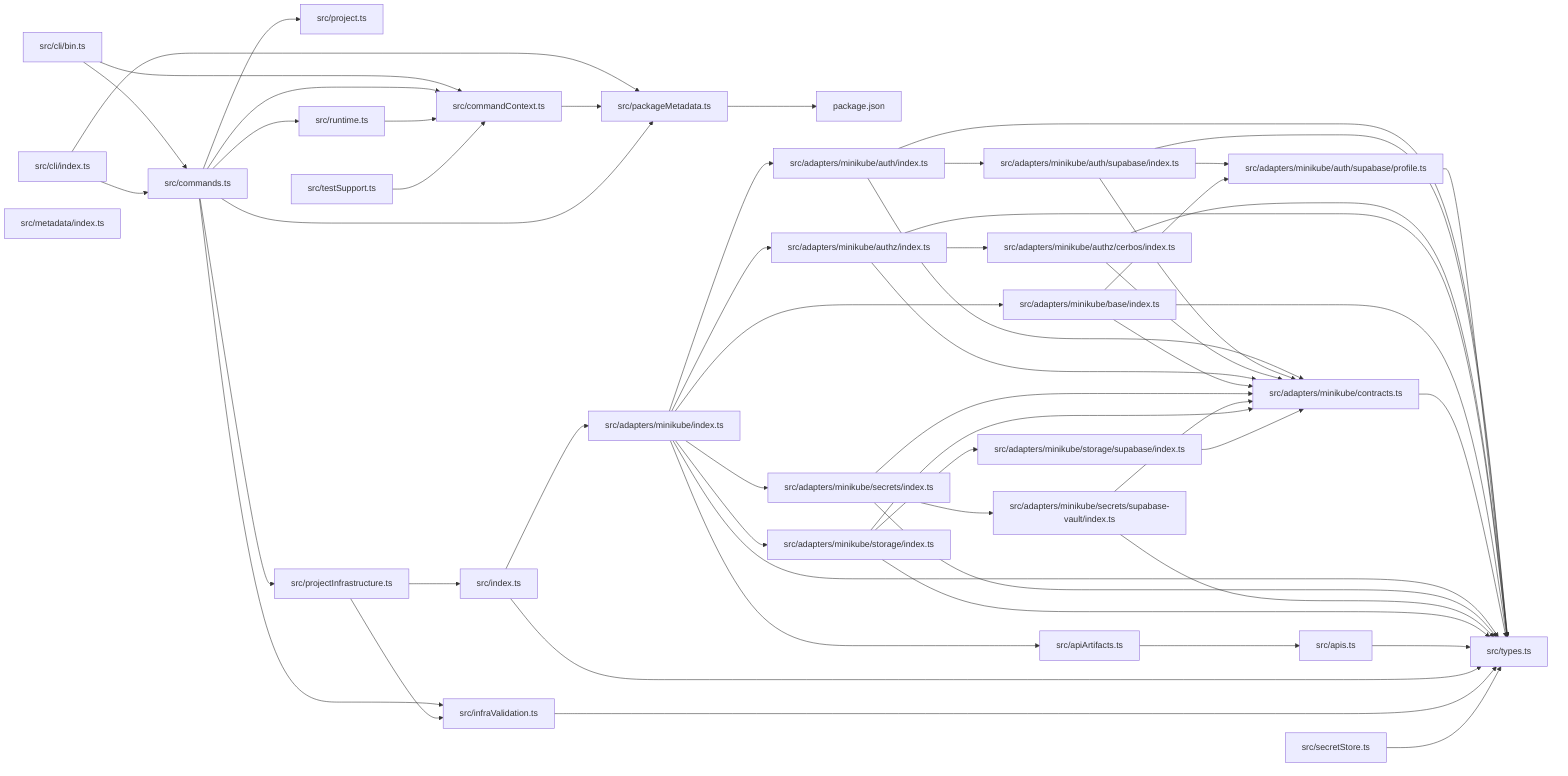
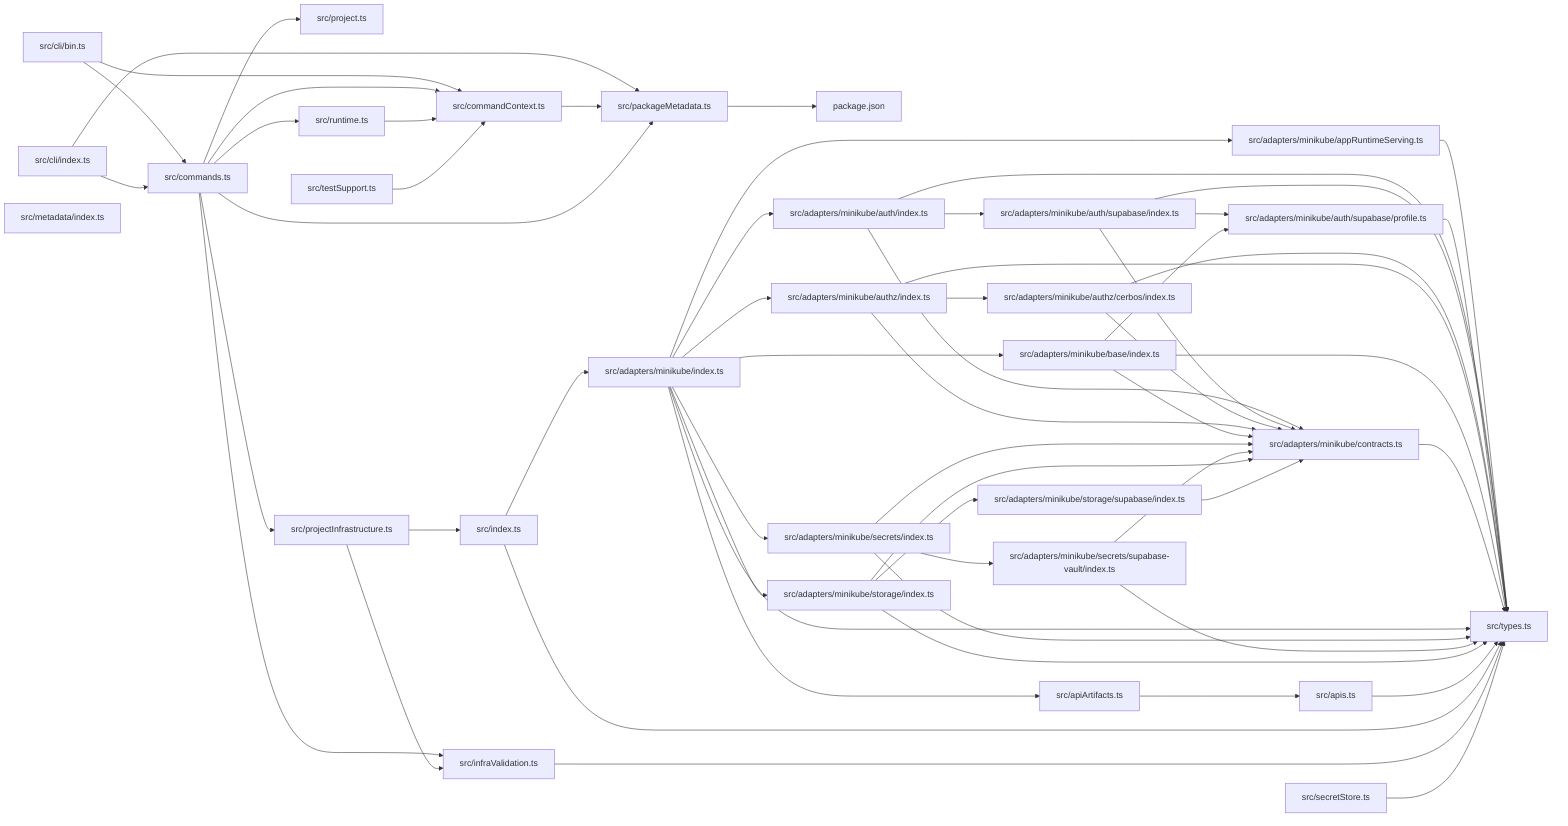
graph LR
  module_package_json["package.json"]
+   module_src_adapters_minikube_appRuntimeServing_ts["src/adapters/minikube/appRuntimeServing.ts"]
  module_src_adapters_minikube_auth_index_ts["src/adapters/minikube/auth/index.ts"]
  module_src_adapters_minikube_auth_supabase_index_ts["src/adapters/minikube/auth/supabase/index.ts"]
  module_src_adapters_minikube_auth_supabase_profile_ts["src/adapters/minikube/auth/supabase/profile.ts"]
  module_src_adapters_minikube_authz_cerbos_index_ts["src/adapters/minikube/authz/cerbos/index.ts"]
  module_src_adapters_minikube_authz_index_ts["src/adapters/minikube/authz/index.ts"]
  module_src_adapters_minikube_base_index_ts["src/adapters/minikube/base/index.ts"]
  module_src_adapters_minikube_contracts_ts["src/adapters/minikube/contracts.ts"]
  module_src_adapters_minikube_index_ts["src/adapters/minikube/index.ts"]
  module_src_adapters_minikube_secrets_index_ts["src/adapters/minikube/secrets/index.ts"]
  module_src_adapters_minikube_secrets_supabase_vault_index_ts["src/adapters/minikube/secrets/supabase-vault/index.ts"]
  module_src_adapters_minikube_storage_index_ts["src/adapters/minikube/storage/index.ts"]
  module_src_adapters_minikube_storage_supabase_index_ts["src/adapters/minikube/storage/supabase/index.ts"]
  module_src_apiArtifacts_ts["src/apiArtifacts.ts"]
  module_src_apis_ts["src/apis.ts"]
  module_src_cli_bin_ts["src/cli/bin.ts"]
  module_src_cli_index_ts["src/cli/index.ts"]
  module_src_commandContext_ts["src/commandContext.ts"]
  module_src_commands_ts["src/commands.ts"]
  module_src_index_ts["src/index.ts"]
  module_src_infraValidation_ts["src/infraValidation.ts"]
  module_src_metadata_index_ts["src/metadata/index.ts"]
  module_src_packageMetadata_ts["src/packageMetadata.ts"]
  module_src_project_ts["src/project.ts"]
  module_src_projectInfrastructure_ts["src/projectInfrastructure.ts"]
  module_src_runtime_ts["src/runtime.ts"]
  module_src_secretStore_ts["src/secretStore.ts"]
  module_src_testSupport_ts["src/testSupport.ts"]
  module_src_types_ts["src/types.ts"]
+   module_src_adapters_minikube_appRuntimeServing_ts --> module_src_types_ts
  module_src_adapters_minikube_auth_index_ts --> module_src_adapters_minikube_auth_supabase_index_ts
  module_src_adapters_minikube_auth_index_ts --> module_src_adapters_minikube_contracts_ts
  module_src_adapters_minikube_auth_index_ts --> module_src_types_ts
  module_src_adapters_minikube_auth_supabase_index_ts --> module_src_adapters_minikube_auth_supabase_profile_ts
  module_src_adapters_minikube_auth_supabase_index_ts --> module_src_adapters_minikube_contracts_ts
  module_src_adapters_minikube_auth_supabase_index_ts --> module_src_types_ts
  module_src_adapters_minikube_auth_supabase_profile_ts --> module_src_types_ts
  module_src_adapters_minikube_authz_cerbos_index_ts --> module_src_adapters_minikube_contracts_ts
  module_src_adapters_minikube_authz_cerbos_index_ts --> module_src_types_ts
  module_src_adapters_minikube_authz_index_ts --> module_src_adapters_minikube_authz_cerbos_index_ts
  module_src_adapters_minikube_authz_index_ts --> module_src_adapters_minikube_contracts_ts
  module_src_adapters_minikube_authz_index_ts --> module_src_types_ts
  module_src_adapters_minikube_base_index_ts --> module_src_adapters_minikube_auth_supabase_profile_ts
  module_src_adapters_minikube_base_index_ts --> module_src_adapters_minikube_contracts_ts
  module_src_adapters_minikube_base_index_ts --> module_src_types_ts
  module_src_adapters_minikube_contracts_ts --> module_src_types_ts
+   module_src_adapters_minikube_index_ts --> module_src_adapters_minikube_appRuntimeServing_ts
  module_src_adapters_minikube_index_ts --> module_src_adapters_minikube_auth_index_ts
  module_src_adapters_minikube_index_ts --> module_src_adapters_minikube_authz_index_ts
  module_src_adapters_minikube_index_ts --> module_src_adapters_minikube_base_index_ts
  module_src_adapters_minikube_index_ts --> module_src_adapters_minikube_secrets_index_ts
  module_src_adapters_minikube_index_ts --> module_src_adapters_minikube_storage_index_ts
  module_src_adapters_minikube_index_ts --> module_src_apiArtifacts_ts
  module_src_adapters_minikube_index_ts --> module_src_types_ts
  module_src_adapters_minikube_secrets_index_ts --> module_src_adapters_minikube_contracts_ts
  module_src_adapters_minikube_secrets_index_ts --> module_src_adapters_minikube_secrets_supabase_vault_index_ts
  module_src_adapters_minikube_secrets_index_ts --> module_src_types_ts
  module_src_adapters_minikube_secrets_supabase_vault_index_ts --> module_src_adapters_minikube_contracts_ts
  module_src_adapters_minikube_secrets_supabase_vault_index_ts --> module_src_types_ts
  module_src_adapters_minikube_storage_index_ts --> module_src_adapters_minikube_contracts_ts
  module_src_adapters_minikube_storage_index_ts --> module_src_adapters_minikube_storage_supabase_index_ts
  module_src_adapters_minikube_storage_index_ts --> module_src_types_ts
  module_src_adapters_minikube_storage_supabase_index_ts --> module_src_adapters_minikube_contracts_ts
  module_src_apiArtifacts_ts --> module_src_apis_ts
  module_src_apis_ts --> module_src_types_ts
  module_src_cli_bin_ts --> module_src_commandContext_ts
  module_src_cli_bin_ts --> module_src_commands_ts
  module_src_cli_index_ts --> module_src_commands_ts
  module_src_cli_index_ts --> module_src_packageMetadata_ts
  module_src_commandContext_ts --> module_src_packageMetadata_ts
  module_src_commands_ts --> module_src_commandContext_ts
  module_src_commands_ts --> module_src_infraValidation_ts
  module_src_commands_ts --> module_src_packageMetadata_ts
  module_src_commands_ts --> module_src_project_ts
  module_src_commands_ts --> module_src_projectInfrastructure_ts
  module_src_commands_ts --> module_src_runtime_ts
  module_src_index_ts --> module_src_adapters_minikube_index_ts
  module_src_index_ts --> module_src_types_ts
  module_src_infraValidation_ts --> module_src_types_ts
  module_src_packageMetadata_ts --> module_package_json
  module_src_projectInfrastructure_ts --> module_src_index_ts
  module_src_projectInfrastructure_ts --> module_src_infraValidation_ts
  module_src_runtime_ts --> module_src_commandContext_ts
  module_src_secretStore_ts --> module_src_types_ts
  module_src_testSupport_ts --> module_src_commandContext_ts
